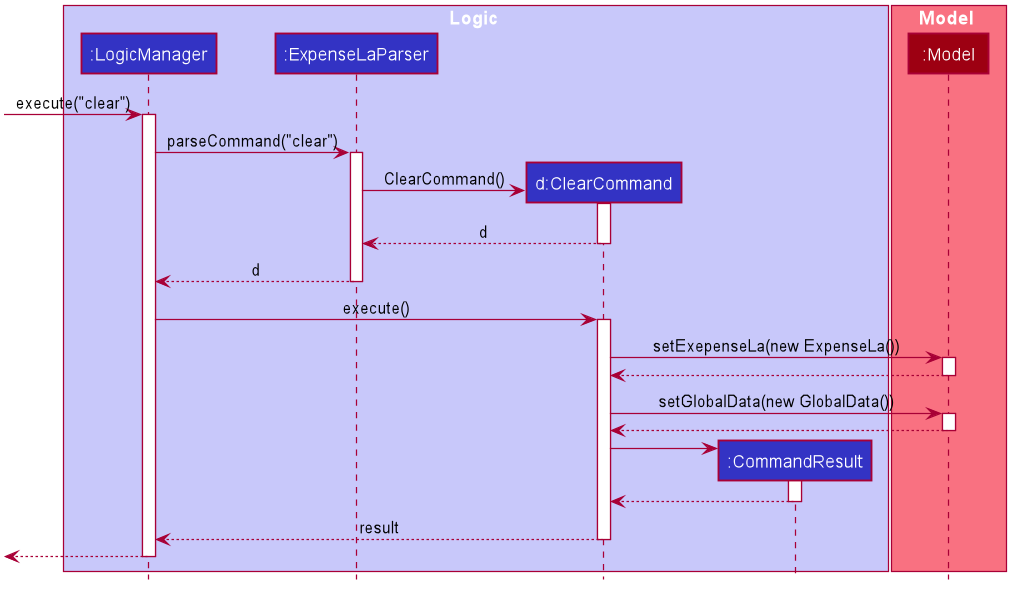
This is images/ClearSequenceDiagram.png from AY1920S2-CS2103-T09-3/main, a PlantUML export, as it was before one commit. Source of this version:
```plantuml
@startuml








skinparam BackgroundColor #FFFFFFF

skinparam Shadowing false

skinparam Class {
    FontColor #FFFFFF
    BorderThickness 1
    BorderColor #FFFFFF
    StereotypeFontColor #FFFFFF
    FontName Arial
}

skinparam Actor {
    BorderColor #000000
    Color #000000
    FontName Arial
}

skinparam Sequence {
    MessageAlign center
    BoxFontSize 15
    BoxPadding 0
    BoxFontColor #FFFFFF
    FontName Arial
}

skinparam Participant {
    FontColor #FFFFFFF
    Padding 20
}

skinparam MinClassWidth 50
skinparam ParticipantPadding 10
skinparam Shadowing false
skinparam DefaultTextAlignment center
skinparam packageStyle Rectangle

hide footbox
hide members
hide circle

box Logic #C8C8FA
participant ":LogicManager" as LogicManager #3333C4
participant ":ExpenseLaParser" as ExpenseLaParser #3333C4
participant "d:ClearCommand" as ClearCommand #3333C4
participant ":CommandResult" as CommandResult #3333C4
end box

box Model #F97181
participant ":Model" as Model #9D0012
end box

[-> LogicManager : execute("clear")
activate LogicManager

LogicManager -> ExpenseLaParser : parseCommand("clear")
activate ExpenseLaParser

create ClearCommand
ExpenseLaParser -> ClearCommand : ClearCommand()
activate ClearCommand

ClearCommand --> ExpenseLaParser : d
deactivate ClearCommand

ExpenseLaParser --> LogicManager : d
deactivate ExpenseLaParser

LogicManager -> ClearCommand : execute()
activate ClearCommand

ClearCommand -> Model : setExepenseLa(new ExpenseLa())
activate Model

Model --> ClearCommand
deactivate Model

ClearCommand -> Model : setGlobalData(new GlobalData())
activate Model

Model --> ClearCommand
deactivate Model

create CommandResult
ClearCommand -> CommandResult
activate CommandResult

CommandResult --> ClearCommand
deactivate CommandResult

ClearCommand --> LogicManager : result
deactivate ClearCommand

[<--LogicManager
deactivate LogicManager
@enduml
```
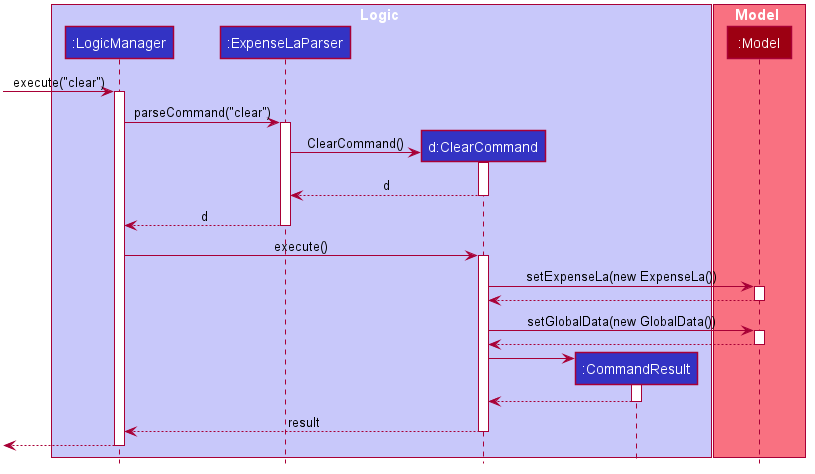
Above is the later version.

The edit, as a diff of the source:
```diff
@@ -78,7 +78,7 @@
 LogicManager -> ClearCommand : execute()
 activate ClearCommand
 
-ClearCommand -> Model : setExepenseLa(new ExpenseLa())
+ClearCommand -> Model : setExpenseLa(new ExpenseLa())
 activate Model
 
 Model --> ClearCommand
```
